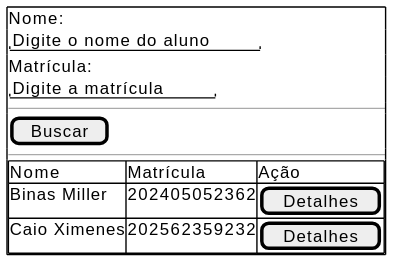
Before: docs/assets/Diagramas/out/busca_alunos.svg, a diagram exported from PlantUML (Projetos-de-Extensao/PBE_26.1_8002_III).
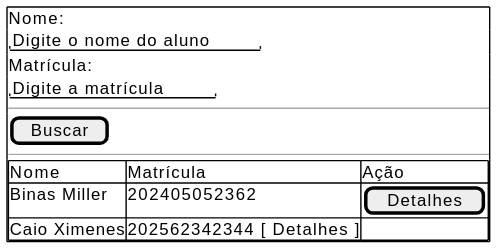
After the change.

Commit message:
docs: Index da elaboração feito

Change to the diagram source:
```diff
@@ -10,7 +10,7 @@
 {#
 Nome | Matrícula | Ação
 Binas Miller | 202405052362| [ Detalhes ]
-Caio Ximenes | 202562359232| [ Detalhes ]
+Caio Ximenes | 202562342344 [ Detalhes ]
 }
 }
 @endsalt
```
